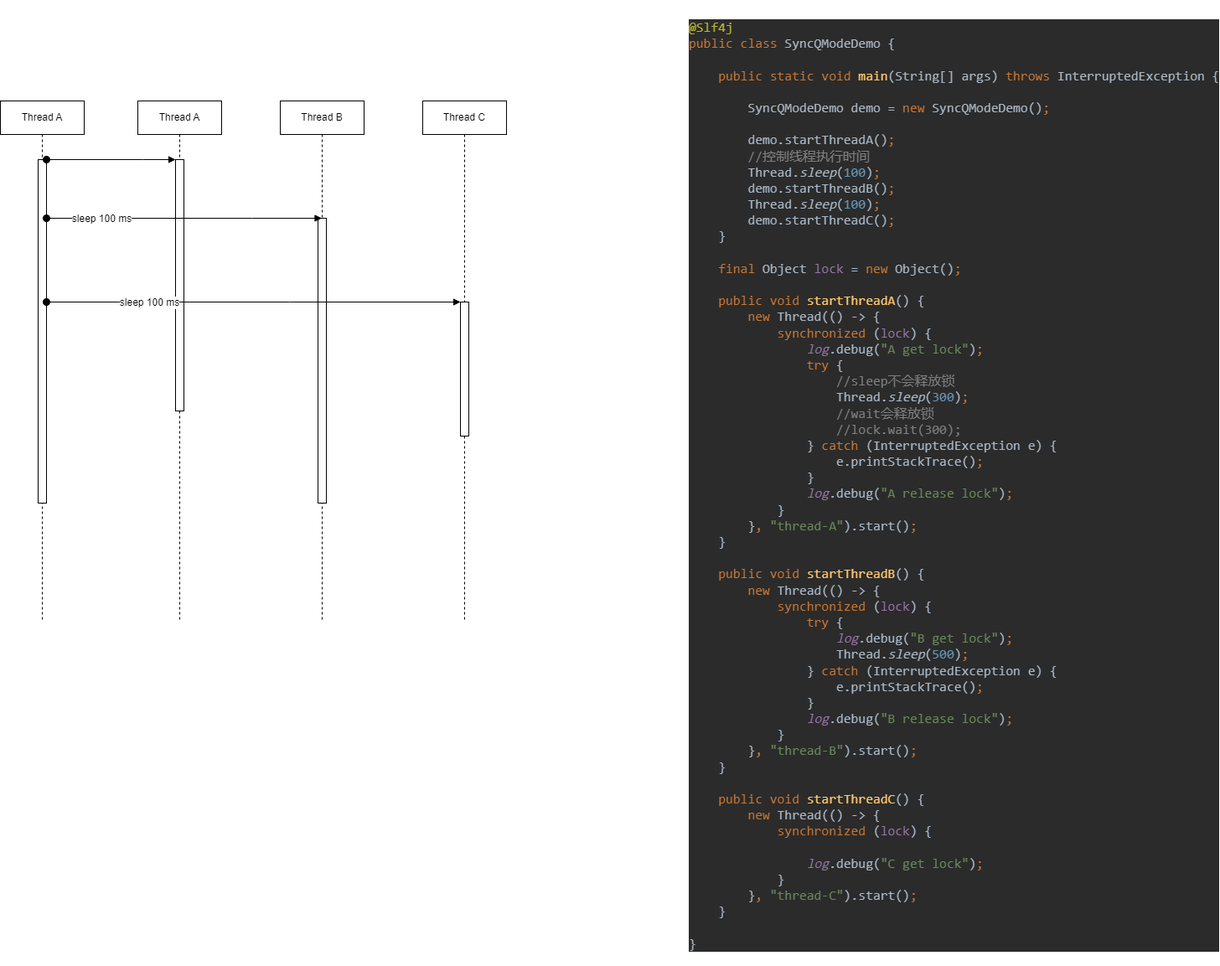
Earlier version of the draw.io export java/juc/synchronize执行优先级.drawio.png (dearliwenhui/mydraw). Source tidied: cells renumbered, new cells last; positions are measured from the earlier drawing's top-left corner, leaving out a move shared by most shapes.
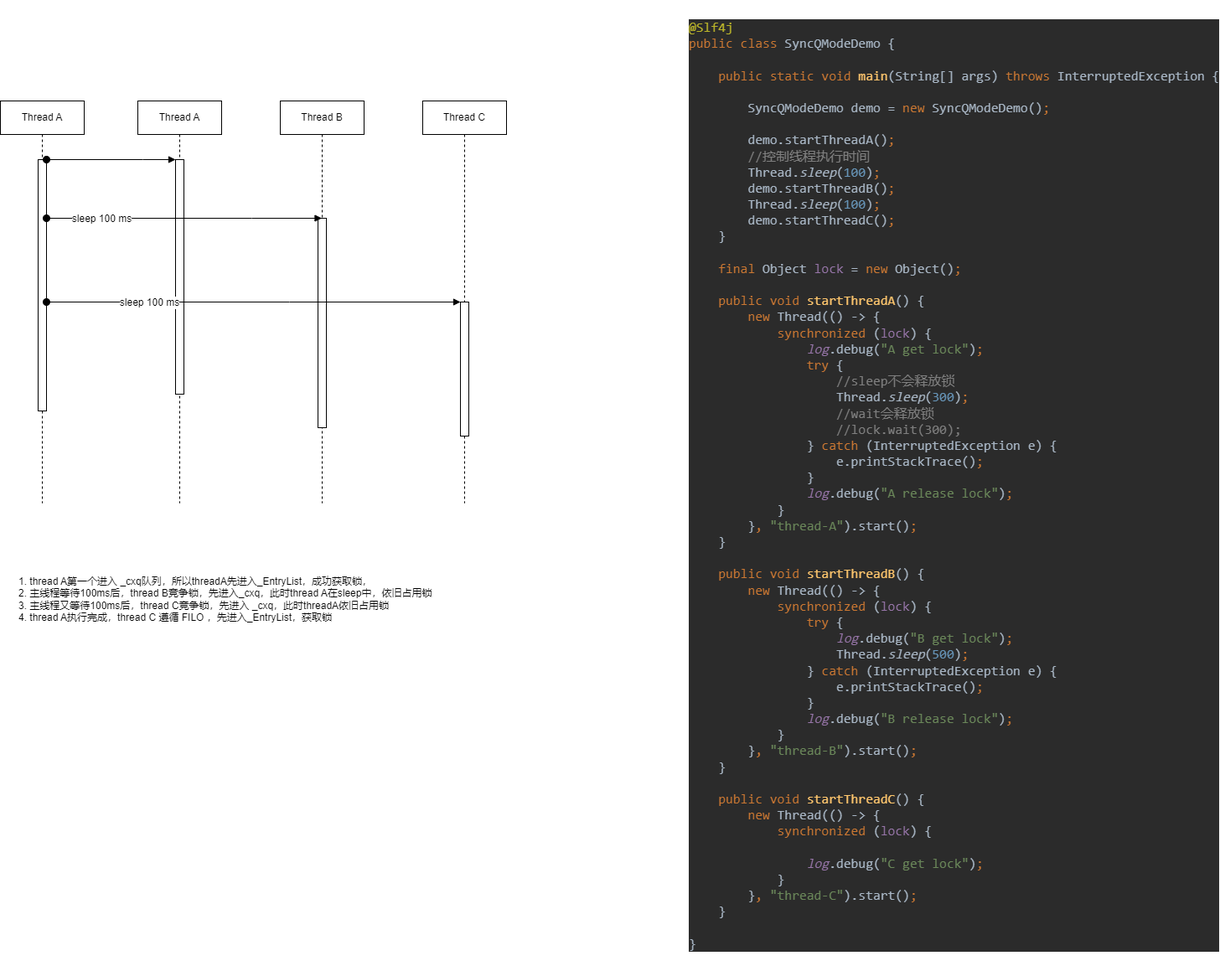
The same diagram one commit later.

Commit message:
更新synchronize执行优先级.drawio.png

What changed in the source:
```diff
@@ -3,19 +3,19 @@
     <mxCell id="0" />
     <mxCell id="1" parent="0" />
     <mxCell id="2" value="Thread A" style="shape=umlLifeline;perimeter=lifelinePerimeter;whiteSpace=wrap;html=1;newEdgeStyle={&quot;edgeStyle&quot;:&quot;elbowEdgeStyle&quot;,&quot;elbow&quot;:&quot;vertical&quot;,&quot;curved&quot;:0,&quot;rounded&quot;:0};" parent="1" vertex="1">
-      <mxGeometry x="164" y="120" width="100" height="620" as="geometry" />
+      <mxGeometry x="164" y="120" width="100" height="480" as="geometry" />
     </mxCell>
     <mxCell id="3" style="html=1;points=[];perimeter=orthogonalPerimeter;outlineConnect=0;targetShapes=umlLifeline;portConstraint=eastwest;newEdgeStyle={&quot;edgeStyle&quot;:&quot;elbowEdgeStyle&quot;,&quot;elbow&quot;:&quot;vertical&quot;,&quot;curved&quot;:0,&quot;rounded&quot;:0};" parent="2" vertex="1">
-      <mxGeometry x="45" y="70" width="10" height="300" as="geometry" />
+      <mxGeometry x="45" y="70" width="10" height="280" as="geometry" />
     </mxCell>
     <mxCell id="4" value="Thread B" style="shape=umlLifeline;perimeter=lifelinePerimeter;whiteSpace=wrap;html=1;outlineConnect=0;portConstraint=eastwest;newEdgeStyle={&quot;edgeStyle&quot;:&quot;elbowEdgeStyle&quot;,&quot;elbow&quot;:&quot;vertical&quot;,&quot;curved&quot;:0,&quot;rounded&quot;:0};" parent="1" vertex="1">
-      <mxGeometry x="334" y="120" width="100" height="620" as="geometry" />
+      <mxGeometry x="334" y="120" width="100" height="480" as="geometry" />
     </mxCell>
     <mxCell id="5" style="html=1;perimeter=orthogonalPerimeter;targetShapes=umlLifeline;newEdgeStyle={&quot;edgeStyle&quot;:&quot;elbowEdgeStyle&quot;,&quot;elbow&quot;:&quot;vertical&quot;,&quot;curved&quot;:0,&quot;rounded&quot;:0};" parent="4" vertex="1">
-      <mxGeometry x="45" y="140" width="10" height="340" as="geometry" />
+      <mxGeometry x="45" y="140" width="10" height="250" as="geometry" />
     </mxCell>
     <mxCell id="6" value="Thread C" style="shape=umlLifeline;perimeter=lifelinePerimeter;whiteSpace=wrap;html=1;newEdgeStyle={&quot;edgeStyle&quot;:&quot;elbowEdgeStyle&quot;,&quot;elbow&quot;:&quot;vertical&quot;,&quot;curved&quot;:0,&quot;rounded&quot;:0};" parent="1" vertex="1">
-      <mxGeometry x="504" y="120" width="100" height="620" as="geometry" />
+      <mxGeometry x="504" y="120" width="100" height="480" as="geometry" />
     </mxCell>
     <mxCell id="7" style="html=1;points=[];perimeter=orthogonalPerimeter;outlineConnect=0;targetShapes=umlLifeline;portConstraint=eastwest;newEdgeStyle={&quot;edgeStyle&quot;:&quot;elbowEdgeStyle&quot;,&quot;elbow&quot;:&quot;vertical&quot;,&quot;curved&quot;:0,&quot;rounded&quot;:0};" parent="6" vertex="1">
       <mxGeometry x="45" y="240" width="10" height="160" as="geometry" />
@@ -24,10 +24,10 @@
       <mxGeometry x="820" width="630" height="1150" as="geometry" />
     </mxCell>
     <mxCell id="9" value="Thread A" style="shape=umlLifeline;perimeter=lifelinePerimeter;whiteSpace=wrap;html=1;newEdgeStyle={&quot;edgeStyle&quot;:&quot;elbowEdgeStyle&quot;,&quot;elbow&quot;:&quot;vertical&quot;,&quot;curved&quot;:0,&quot;rounded&quot;:0};" parent="1" vertex="1">
-      <mxGeometry y="120" width="100" height="620" as="geometry" />
+      <mxGeometry y="120" width="100" height="480" as="geometry" />
     </mxCell>
     <mxCell id="10" style="html=1;points=[];perimeter=orthogonalPerimeter;outlineConnect=0;targetShapes=umlLifeline;portConstraint=eastwest;newEdgeStyle={&quot;edgeStyle&quot;:&quot;elbowEdgeStyle&quot;,&quot;elbow&quot;:&quot;vertical&quot;,&quot;curved&quot;:0,&quot;rounded&quot;:0};" parent="9" vertex="1">
-      <mxGeometry x="45" y="70" width="10" height="410" as="geometry" />
+      <mxGeometry x="45" y="70" width="10" height="300" as="geometry" />
     </mxCell>
     <mxCell id="11" style="html=1;verticalAlign=bottom;startArrow=oval;endArrow=block;startSize=8;edgeStyle=elbowEdgeStyle;elbow=vertical;curved=0;rounded=0;" parent="1" edge="1" source="10" target="3">
       <mxGeometry x="-0.19" y="10" relative="1" as="geometry">
@@ -61,5 +61,8 @@
         <mxPoint x="-49" y="2" as="offset" />
       </mxGeometry>
     </mxCell>
+    <mxCell id="16" value="1. thread A第一个进入 _cxq队列，所以threadA先进入_EntryList，成功获取锁，&lt;br&gt;2. 主线程等待100ms后，thread B竞争锁，先进入_cxq，此时thread A在sleep中，依旧占用锁&lt;br&gt;3. 主线程又等待100ms后，thread C竞争锁，先进入 _cxq，此时threadA依旧占用锁&lt;br&gt;4. thread A执行完成，thread C 遵循 FILO ，先进入_EntryList，获取锁" style="text;html=1;strokeColor=none;fillColor=none;align=left;verticalAlign=top;whiteSpace=wrap;rounded=0;" parent="1" vertex="1">
+      <mxGeometry x="20" y="680" width="596" height="140" as="geometry" />
+    </mxCell>
   </root>
 </mxGraphModel>
```
